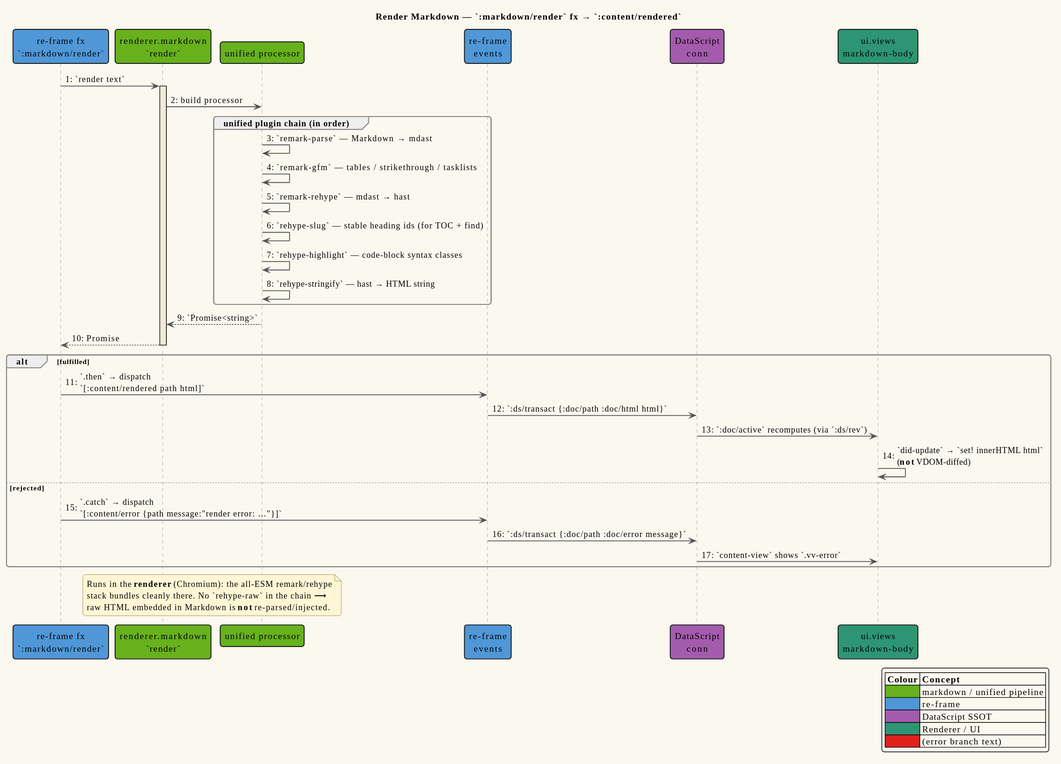
This is docs/diagrams/seq-markdown-render.svg from vinary-tree/vinary-viewer, a PlantUML export, as it was before one commit. Its source is kept beside it as docs/diagrams/seq-markdown-render.puml. The source it was exported from:
```plantuml
@startuml seq-markdown-render
!include _vv-theme.iuml

title Render Markdown — `:markdown/render` fx → `:content/rendered`

autonumber "0:"

participant "re-frame fx\n`:markdown/render`" as Fx REFRAME_COLOR
participant "renderer.markdown\n`render`" as MD MARKDOWN_COLOR
participant "unified processor" as U MARKDOWN_COLOR
participant "re-frame\nevents" as Ev REFRAME_COLOR
participant "DataScript\nconn" as DS DATASCRIPT_COLOR
participant "ui.views\nmarkdown-body" as UI RENDERER_COLOR

Fx -> MD : `render text`
activate MD
MD -> U : build processor

group unified plugin chain (in order)
  U -> U : `remark-parse`   — Markdown → mdast
  U -> U : `remark-gfm`     — tables / strikethrough / tasklists
  U -> U : `remark-rehype`  — mdast → hast
  U -> U : `rehype-slug`    — stable heading ids (for TOC + find)
  U -> U : `rehype-highlight` — code-block syntax classes
  U -> U : `rehype-stringify` — hast → HTML string
end

U --> MD : `Promise<string>`
MD --> Fx : Promise
deactivate MD

alt fulfilled
  Fx -> Ev : `.then` → dispatch\n`[:content/rendered path html]`
  Ev -> DS : `:ds/transact {:doc/path :doc/html html}`
  DS -> UI : `:doc/active` recomputes (via `:ds/rev`)
  UI -> UI : `did-update` → `set! innerHTML html`\n(**not** VDOM-diffed)
else rejected
  Fx -> Ev : `.catch` → dispatch\n`[:content/error {path message:"render error: …"}]`
  Ev -> DS : `:ds/transact {:doc/path :doc/error message}`
  DS -> UI : `content-view` shows `.vv-error`
end

note over MD, U
  Runs in the **renderer** (Chromium): the all-ESM remark/rehype
  stack bundles cleanly there. No `rehype-raw` in the chain ⟶
  raw HTML embedded in Markdown is **not** re-parsed/injected.
end note

legend right
  |= Colour |= Concept |
  | <#67B11D> | markdown / unified pipeline |
  | <#4F97D7> | re-frame |
  | <#A45BAD> | DataScript SSOT |
  | <#2D9574> | Renderer / UI |
  | <#E0211D> | (error branch text) |
endlegend
@enduml
```
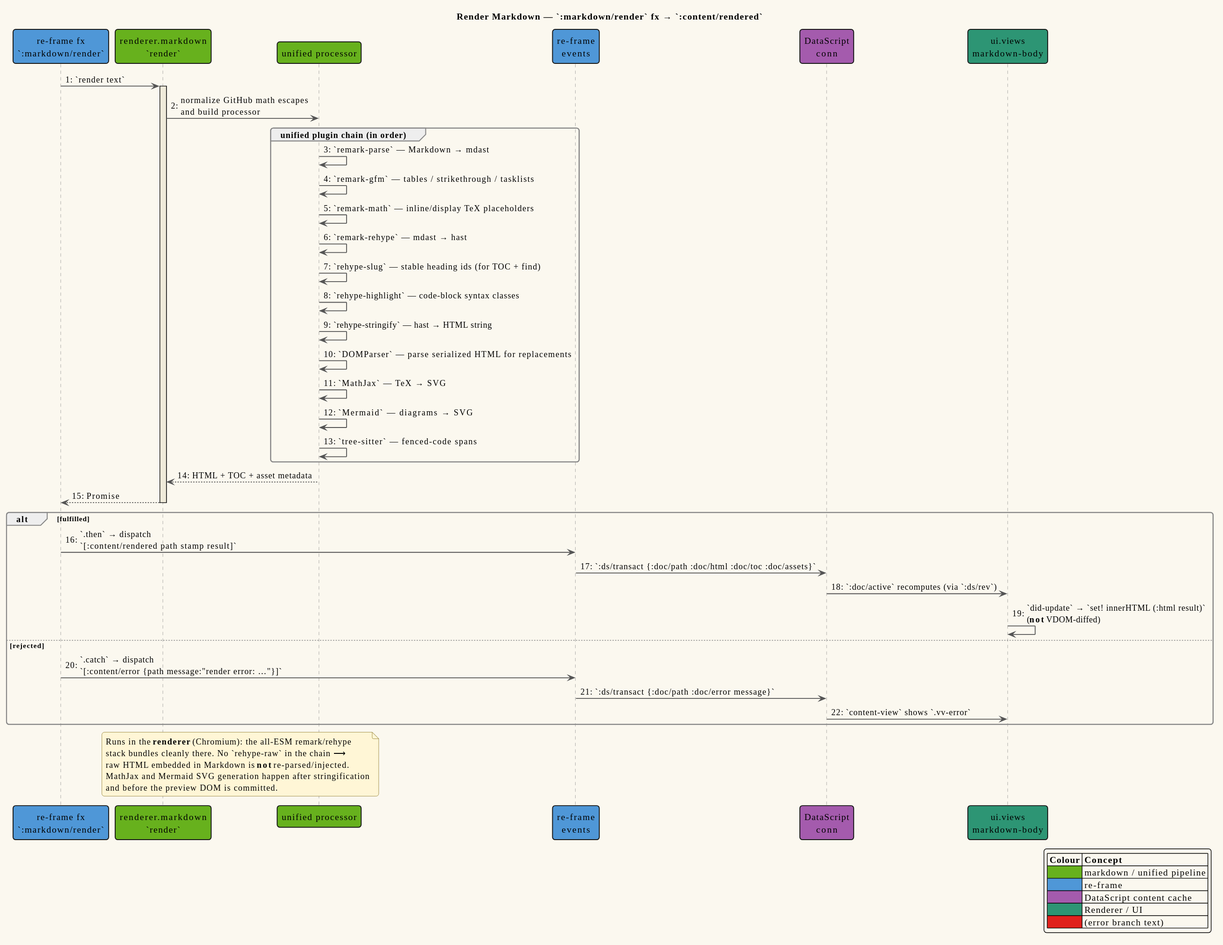
After the change.

Diff of the diagram source:
```diff
@@ -14,26 +14,31 @@
 
 Fx -> MD : `render text`
 activate MD
-MD -> U : build processor
+MD -> U : normalize GitHub math escapes\nand build processor
 
 group unified plugin chain (in order)
   U -> U : `remark-parse`   — Markdown → mdast
   U -> U : `remark-gfm`     — tables / strikethrough / tasklists
+  U -> U : `remark-math`    — inline/display TeX placeholders
   U -> U : `remark-rehype`  — mdast → hast
   U -> U : `rehype-slug`    — stable heading ids (for TOC + find)
   U -> U : `rehype-highlight` — code-block syntax classes
   U -> U : `rehype-stringify` — hast → HTML string
+  U -> U : `DOMParser`      — parse serialized HTML for replacements
+  U -> U : `MathJax`        — TeX → SVG
+  U -> U : `Mermaid`        — diagrams → SVG
+  U -> U : `tree-sitter`    — fenced-code spans
 end
 
-U --> MD : `Promise<string>`
+U --> MD : HTML + TOC + asset metadata
 MD --> Fx : Promise
 deactivate MD
 
 alt fulfilled
-  Fx -> Ev : `.then` → dispatch\n`[:content/rendered path html]`
-  Ev -> DS : `:ds/transact {:doc/path :doc/html html}`
+  Fx -> Ev : `.then` → dispatch\n`[:content/rendered path stamp result]`
+  Ev -> DS : `:ds/transact {:doc/path :doc/html :doc/toc :doc/assets}`
   DS -> UI : `:doc/active` recomputes (via `:ds/rev`)
-  UI -> UI : `did-update` → `set! innerHTML html`\n(**not** VDOM-diffed)
+  UI -> UI : `did-update` → `set! innerHTML (:html result)`\n(**not** VDOM-diffed)
 else rejected
   Fx -> Ev : `.catch` → dispatch\n`[:content/error {path message:"render error: …"}]`
   Ev -> DS : `:ds/transact {:doc/path :doc/error message}`
@@ -44,13 +49,15 @@
   Runs in the **renderer** (Chromium): the all-ESM remark/rehype
   stack bundles cleanly there. No `rehype-raw` in the chain ⟶
   raw HTML embedded in Markdown is **not** re-parsed/injected.
+  MathJax and Mermaid SVG generation happen after stringification
+  and before the preview DOM is committed.
 end note
 
 legend right
   |= Colour |= Concept |
   | <#67B11D> | markdown / unified pipeline |
   | <#4F97D7> | re-frame |
-  | <#A45BAD> | DataScript SSOT |
+  | <#A45BAD> | DataScript content cache |
   | <#2D9574> | Renderer / UI |
   | <#E0211D> | (error branch text) |
 endlegend
```
